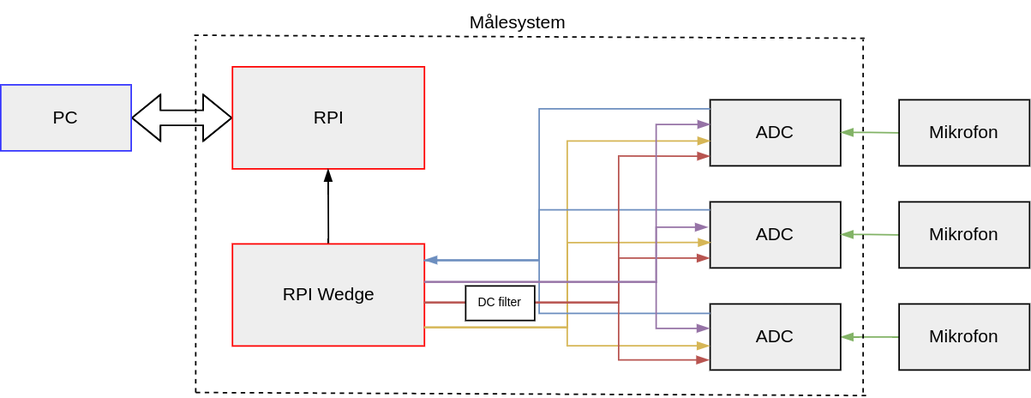
Earlier version of the draw.io export report/systemdiagram.png (PederIngmar/ttt4280-lab2-s25). Source tidied: cells renumbered, new cells last; positions are measured from the earlier drawing's top-left corner, leaving out a move shared by most shapes.
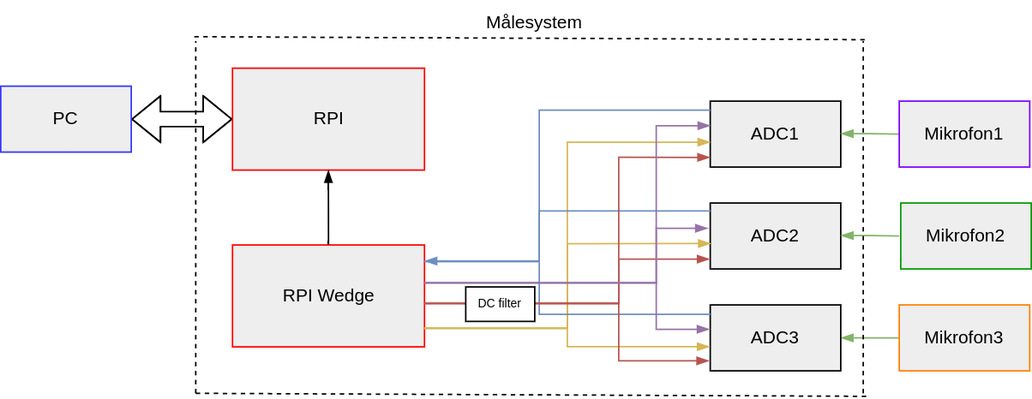
Above is the later version.

Diff of the diagram source:
```diff
@@ -17,10 +17,10 @@
     <mxCell id="6" value="RPI Wedge" style="whiteSpace=wrap;html=1;align=center;newEdgeStyle={&quot;edgeStyle&quot;:&quot;elbowEdgeStyle&quot;,&quot;startArrow&quot;:&quot;none&quot;,&quot;endArrow&quot;:&quot;none&quot;};fillColor=#eeeeee;strokeColor=#FF0000;" parent="1" vertex="1">
       <mxGeometry x="154.5" y="162" width="128" height="68" as="geometry" />
     </mxCell>
-    <mxCell id="7" value="ADC" style="whiteSpace=wrap;html=1;align=center;newEdgeStyle={&quot;edgeStyle&quot;:&quot;elbowEdgeStyle&quot;,&quot;startArrow&quot;:&quot;none&quot;,&quot;endArrow&quot;:&quot;none&quot;};fillColor=#eeeeee;strokeColor=#000000;" parent="1" vertex="1">
+    <mxCell id="7" value="ADC1" style="whiteSpace=wrap;html=1;align=center;newEdgeStyle={&quot;edgeStyle&quot;:&quot;elbowEdgeStyle&quot;,&quot;startArrow&quot;:&quot;none&quot;,&quot;endArrow&quot;:&quot;none&quot;};fillColor=#eeeeee;strokeColor=#000000;" parent="1" vertex="1">
       <mxGeometry x="473" y="66" width="87" height="44" as="geometry" />
     </mxCell>
-    <mxCell id="8" value="ADC" style="whiteSpace=wrap;html=1;align=center;newEdgeStyle={&quot;edgeStyle&quot;:&quot;elbowEdgeStyle&quot;,&quot;startArrow&quot;:&quot;none&quot;,&quot;endArrow&quot;:&quot;none&quot;};fillColor=#eeeeee;strokeColor=#000000;" parent="1" vertex="1">
+    <mxCell id="8" value="ADC2" style="whiteSpace=wrap;html=1;align=center;newEdgeStyle={&quot;edgeStyle&quot;:&quot;elbowEdgeStyle&quot;,&quot;startArrow&quot;:&quot;none&quot;,&quot;endArrow&quot;:&quot;none&quot;};fillColor=#eeeeee;strokeColor=#000000;" parent="1" vertex="1">
       <mxGeometry x="473" y="134" width="87" height="44" as="geometry" />
     </mxCell>
     <mxCell id="9" style="edgeStyle=elbowEdgeStyle;rounded=0;jettySize=auto;html=1;startArrow=blockThin;endArrow=none;sourcePerimeterSpacing=8;targetPerimeterSpacing=8;exitX=1;exitY=0.5;exitDx=0;exitDy=0;fillColor=#d5e8d4;strokeColor=#82b366;endFill=0;startFill=1;" parent="1" edge="1" source="10">
@@ -28,7 +28,7 @@
         <mxPoint x="599" y="224" as="targetPoint" />
       </mxGeometry>
     </mxCell>
-    <mxCell id="10" value="ADC" style="whiteSpace=wrap;html=1;align=center;newEdgeStyle={&quot;edgeStyle&quot;:&quot;elbowEdgeStyle&quot;,&quot;startArrow&quot;:&quot;none&quot;,&quot;endArrow&quot;:&quot;none&quot;};fillColor=#eeeeee;strokeColor=#000000;" parent="1" vertex="1">
+    <mxCell id="10" value="ADC3" style="whiteSpace=wrap;html=1;align=center;newEdgeStyle={&quot;edgeStyle&quot;:&quot;elbowEdgeStyle&quot;,&quot;startArrow&quot;:&quot;none&quot;,&quot;endArrow&quot;:&quot;none&quot;};fillColor=#eeeeee;strokeColor=#000000;" parent="1" vertex="1">
       <mxGeometry x="473" y="202" width="87" height="44" as="geometry" />
     </mxCell>
     <mxCell id="11" style="edgeStyle=orthogonalEdgeStyle;jettySize=auto;html=1;rounded=0;endArrow=blockThin;endFill=1;sourcePerimeterSpacing=8;targetPerimeterSpacing=8;exitX=1.002;exitY=0.818;exitDx=0;exitDy=0;entryX=0.001;entryY=0.622;entryDx=0;entryDy=0;fillColor=#fff2cc;strokeColor=#d6b656;entryPerimeter=0;exitPerimeter=0;" parent="1" edge="1" source="6" target="7">
@@ -131,13 +131,13 @@
     <mxCell id="25" value="&lt;font style=&quot;font-size: 8px;&quot;&gt;DC filter&lt;/font&gt;" style="rounded=0;whiteSpace=wrap;html=1;spacingBottom=3;" parent="1" vertex="1">
       <mxGeometry x="310" y="190" width="46" height="23" as="geometry" />
     </mxCell>
-    <mxCell id="26" value="Mikrofon" style="whiteSpace=wrap;html=1;align=center;newEdgeStyle={&quot;edgeStyle&quot;:&quot;elbowEdgeStyle&quot;,&quot;startArrow&quot;:&quot;none&quot;,&quot;endArrow&quot;:&quot;none&quot;};fillColor=#eeeeee;strokeColor=#000000;" parent="1" vertex="1">
+    <mxCell id="26" value="Mikrofon1" style="whiteSpace=wrap;html=1;align=center;newEdgeStyle={&quot;edgeStyle&quot;:&quot;elbowEdgeStyle&quot;,&quot;startArrow&quot;:&quot;none&quot;,&quot;endArrow&quot;:&quot;none&quot;};fillColor=#eeeeee;strokeColor=#7F00FF;" parent="1" vertex="1">
       <mxGeometry x="599" y="66" width="87" height="44" as="geometry" />
     </mxCell>
-    <mxCell id="27" value="Mikrofon" style="whiteSpace=wrap;html=1;align=center;newEdgeStyle={&quot;edgeStyle&quot;:&quot;elbowEdgeStyle&quot;,&quot;startArrow&quot;:&quot;none&quot;,&quot;endArrow&quot;:&quot;none&quot;};fillColor=#eeeeee;strokeColor=#000000;" parent="1" vertex="1">
-      <mxGeometry x="599" y="134" width="87" height="44" as="geometry" />
+    <mxCell id="27" value="Mikrofon2" style="whiteSpace=wrap;html=1;align=center;newEdgeStyle={&quot;edgeStyle&quot;:&quot;elbowEdgeStyle&quot;,&quot;startArrow&quot;:&quot;none&quot;,&quot;endArrow&quot;:&quot;none&quot;};fillColor=#eeeeee;strokeColor=#009900;" parent="1" vertex="1">
+      <mxGeometry x="600" y="134" width="87" height="44" as="geometry" />
     </mxCell>
-    <mxCell id="28" value="Mikrofon" style="whiteSpace=wrap;html=1;align=center;newEdgeStyle={&quot;edgeStyle&quot;:&quot;elbowEdgeStyle&quot;,&quot;startArrow&quot;:&quot;none&quot;,&quot;endArrow&quot;:&quot;none&quot;};fillColor=#eeeeee;strokeColor=#000000;" parent="1" vertex="1">
+    <mxCell id="28" value="Mikrofon3" style="whiteSpace=wrap;html=1;align=center;newEdgeStyle={&quot;edgeStyle&quot;:&quot;elbowEdgeStyle&quot;,&quot;startArrow&quot;:&quot;none&quot;,&quot;endArrow&quot;:&quot;none&quot;};fillColor=#eeeeee;strokeColor=#FF8000;" parent="1" vertex="1">
       <mxGeometry x="599" y="202" width="87" height="44" as="geometry" />
     </mxCell>
     <mxCell id="29" style="endArrow=none;dashed=1;html=1;" parent="1" edge="1">
@@ -165,7 +165,7 @@
       </mxGeometry>
     </mxCell>
     <mxCell id="33" value="Målesystem" style="text;html=1;align=center;verticalAlign=middle;whiteSpace=wrap;rounded=0;" parent="1" vertex="1">
-      <mxGeometry x="315" width="60" height="30" as="geometry" />
+      <mxGeometry x="326" y="-1" width="60" height="30" as="geometry" />
     </mxCell>
   </root>
 </mxGraphModel>
```
